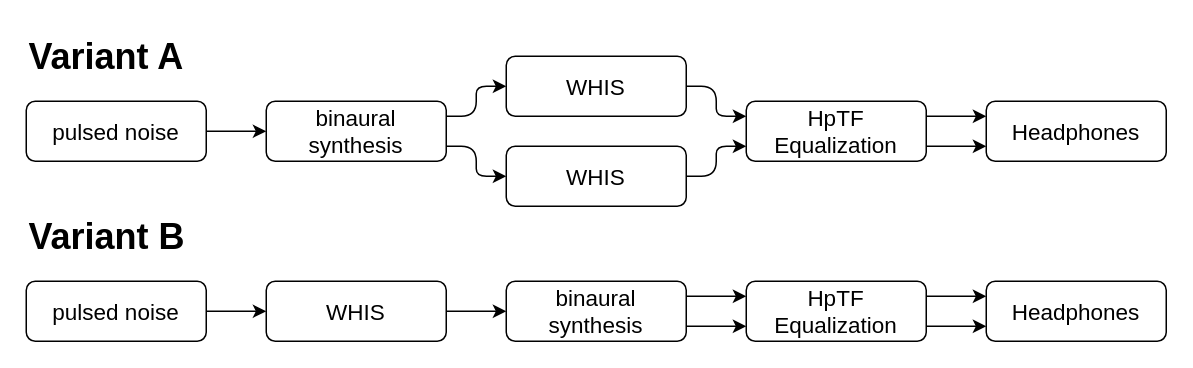
Earlier version of the draw.io diagram HRTF-OptionAB.drawio (dirkbr/draw.io). Source tidied: cells renumbered, new cells numbered last; positions are measured from the earlier drawing's top-left corner, leaving out a move shared by most shapes. Both pictures are drawn from the tidied source at 150%, with x=0, y=0 at pixel (26, 26).
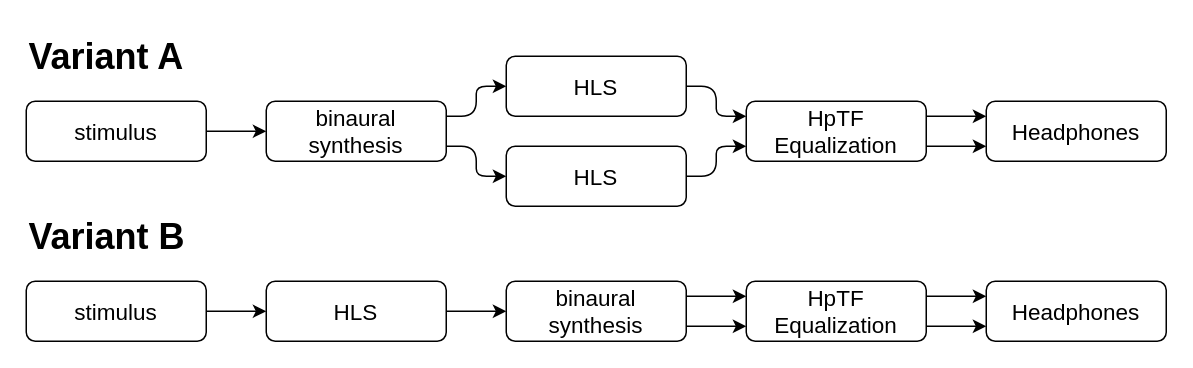
The same page after the edit.

Change to the diagram source:
```diff
@@
-    <mxCell id="3" value="pulsed noise" style="rounded=1;whiteSpace=wrap;html=1;fontSize=15;glass=0;strokeWidth=1;shadow=0;labelBackgroundColor=none;" parent="1" vertex="1">
+    <mxCell id="3" value="stimulus" style="rounded=1;whiteSpace=wrap;html=1;fontSize=15;glass=0;strokeWidth=1;shadow=0;labelBackgroundColor=none;" parent="1" vertex="1">
       <mxGeometry y="170" width="120" height="40" as="geometry" />
     </mxCell>
@@
-    <mxCell id="5" value="WHIS" style="rounded=1;whiteSpace=wrap;html=1;labelBackgroundColor=none;shadow=0;fontSize=15;" parent="1" vertex="1">
+    <mxCell id="5" value="HLS" style="rounded=1;whiteSpace=wrap;html=1;labelBackgroundColor=none;shadow=0;fontSize=15;" parent="1" vertex="1">
       <mxGeometry x="160" y="170" width="120" height="40" as="geometry" />
     </mxCell>
@@
-    <mxCell id="13" value="WHIS" style="rounded=1;whiteSpace=wrap;html=1;labelBackgroundColor=none;shadow=0;fontSize=15;" parent="1" vertex="1">
+    <mxCell id="13" value="HLS" style="rounded=1;whiteSpace=wrap;html=1;labelBackgroundColor=none;shadow=0;fontSize=15;" parent="1" vertex="1">
       <mxGeometry x="320" y="20" width="120" height="40" as="geometry" />
     </mxCell>
@@
-    <mxCell id="15" value="WHIS" style="rounded=1;whiteSpace=wrap;html=1;labelBackgroundColor=none;shadow=0;fontSize=15;" parent="1" vertex="1">
+    <mxCell id="15" value="HLS" style="rounded=1;whiteSpace=wrap;html=1;labelBackgroundColor=none;shadow=0;fontSize=15;" parent="1" vertex="1">
       <mxGeometry x="320" y="80" width="120" height="40" as="geometry" />
     </mxCell>
@@
-    <mxCell id="20" value="pulsed noise" style="rounded=1;whiteSpace=wrap;html=1;fontSize=15;glass=0;strokeWidth=1;shadow=0;labelBackgroundColor=none;" parent="1" vertex="1">
+    <mxCell id="20" value="stimulus" style="rounded=1;whiteSpace=wrap;html=1;fontSize=15;glass=0;strokeWidth=1;shadow=0;labelBackgroundColor=none;" parent="1" vertex="1">
       <mxGeometry y="50" width="120" height="40" as="geometry" />
     </mxCell>
```
